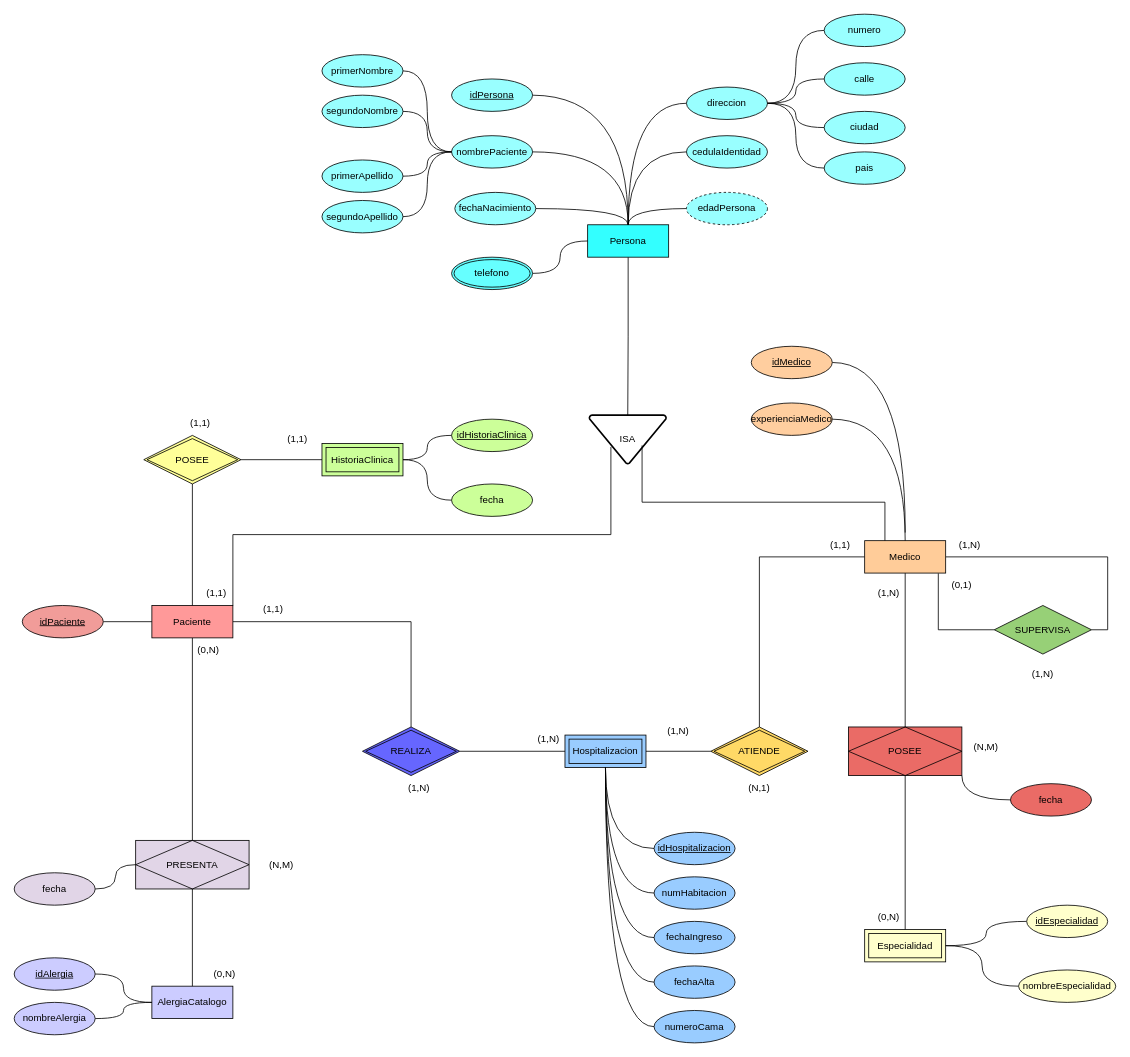
The draw.io diagram diagramahospitaldeber.drawio in Isa4cc/BASE-DE-DATOS-I-DIAGRAMAS, before the edit. Source tidied: cells renumbered, new cells numbered last; positions are measured from the earlier drawing's top-left corner, leaving out a move shared by most shapes. Both pictures are drawn from the tidied source at 81%, with x=0, y=0 at pixel (14, 14).
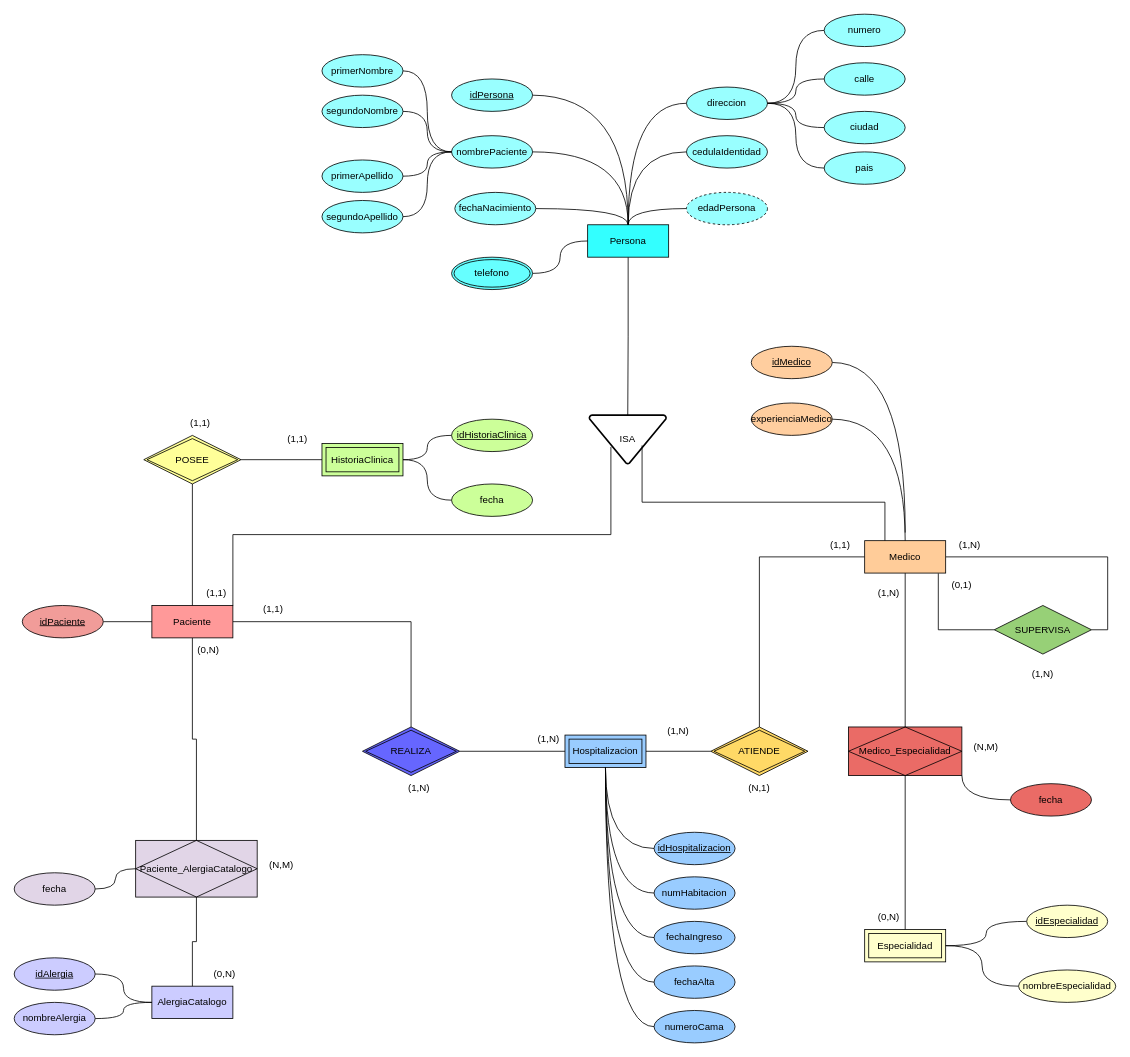
Above is the later version.

Diff of the diagram source:
```diff
@@
-    <mxCell id="20" value="PRESENTA" style="shape=associativeEntity;whiteSpace=wrap;html=1;align=center;fillColor=#E1D5E7;" parent="1" vertex="1">
-      <mxGeometry x="150" y="1020" width="140" height="60" as="geometry" />
+    <mxCell id="20" value="Paciente_AlergiaCatalogo" style="shape=associativeEntity;whiteSpace=wrap;html=1;align=center;fillColor=#E1D5E7;" parent="1" vertex="1">
+      <mxGeometry x="150" y="1020" width="150" height="70" as="geometry" />
     </mxCell>
@@
-    <mxCell id="25" value="POSEE" style="shape=associativeEntity;whiteSpace=wrap;html=1;align=center;fillColor=#EA6B66;" parent="1" vertex="1">
+    <mxCell id="25" value="Medico_Especialidad" style="shape=associativeEntity;whiteSpace=wrap;html=1;align=center;fillColor=#EA6B66;" parent="1" vertex="1">
       <mxGeometry x="1030" y="880" width="140" height="60" as="geometry" />
     </mxCell>
```
